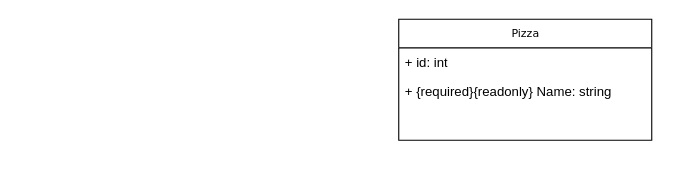
ekral/Utb.PizzaKiosk keeps this draw.io diagram as Diagrams/class_diagram_pizza_kiosk.drawio. Above is the earlier version. Source tidied: cells renumbered, new cells numbered last; positions are measured from the earlier drawing's top-left corner, leaving out a move shared by most shapes. Both pictures are drawn from the tidied source at 110%, with x=0, y=0 at pixel (398, 19).
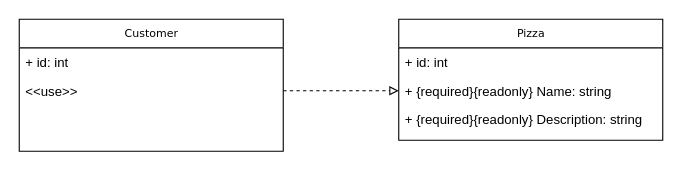
The same page after the edit.

Commit message:
Create usage relationship

Change to the diagram source:
```diff
@@
 <mxGraphModel>
   <root>
     <mxCell id="0" />
     <mxCell id="1" parent="0" />
     <mxCell id="2" value="Pizza" style="swimlane;html=1;fontStyle=0;horizontal=1;startSize=26;fillColor=none;swimlaneFillColor=#ffffff;rounded=0;shadow=0;comic=0;labelBackgroundColor=none;strokeWidth=1;fontFamily=Verdana;fontSize=10;align=center;" parent="1" vertex="1">
-      <mxGeometry width="230" height="110" as="geometry" />
+      <mxGeometry width="240" height="110" as="geometry" />
     </mxCell>
     <mxCell id="3" value="+ id: int" style="text;html=1;strokeColor=none;fillColor=none;align=left;verticalAlign=top;spacingLeft=4;spacingRight=4;whiteSpace=wrap;overflow=hidden;" parent="2" vertex="1">
-      <mxGeometry y="26" width="230" height="26" as="geometry" />
+      <mxGeometry y="26" width="240" height="26" as="geometry" />
     </mxCell>
     <mxCell id="4" value="+ {required}{readonly}&amp;nbsp;Name: string " style="text;html=1;strokeColor=none;fillColor=none;align=left;verticalAlign=top;spacingLeft=4;spacingRight=4;whiteSpace=wrap;overflow=hidden;points=[[0,0.5],[1,0.5]];portConstraint=eastwest;" parent="2" vertex="1">
-      <mxGeometry y="52" width="230" height="26" as="geometry" />
+      <mxGeometry y="52" width="240" height="26" as="geometry" />
     </mxCell>
+    <mxCell id="5" value="+ {required}{readonly} Description: string " style="text;html=1;strokeColor=none;fillColor=none;align=left;verticalAlign=top;spacingLeft=4;spacingRight=4;whiteSpace=wrap;overflow=hidden;" parent="2" vertex="1">
+      <mxGeometry y="78" width="240" height="26" as="geometry" />
+    </mxCell>
+    <mxCell id="6" value="Customer" style="swimlane;html=1;fontStyle=0;horizontal=1;startSize=26;fillColor=none;swimlaneFillColor=#ffffff;rounded=0;shadow=0;comic=0;labelBackgroundColor=none;strokeWidth=1;fontFamily=Verdana;fontSize=10;align=center;" parent="1" vertex="1">
+      <mxGeometry x="-345" width="240" height="120" as="geometry" />
+    </mxCell>
+    <mxCell id="7" value="+ id: int" style="text;html=1;strokeColor=none;fillColor=none;align=left;verticalAlign=top;spacingLeft=4;spacingRight=4;whiteSpace=wrap;overflow=hidden;" parent="6" vertex="1">
+      <mxGeometry y="26" width="240" height="26" as="geometry" />
+    </mxCell>
+    <mxCell id="8" value="&amp;lt;&amp;lt;use&amp;gt;&amp;gt;" style="text;html=1;strokeColor=none;fillColor=none;align=left;verticalAlign=top;spacingLeft=4;spacingRight=4;whiteSpace=wrap;overflow=hidden;points=[[0,0.5],[1,0.5]];portConstraint=eastwest;" parent="6" vertex="1">
+      <mxGeometry y="52" width="240" height="26" as="geometry" />
+    </mxCell>
+    <mxCell id="9" style="endArrow=block;dashed=1;html=1;rounded=0;entryX=0;entryY=0.5;entryDx=0;entryDy=0;endFill=0;exitX=1;exitY=0.5;exitDx=0;exitDy=0;" parent="1" edge="1" source="8" target="4">
+      <mxGeometry relative="1" as="geometry" />
+    </mxCell>
   </root>
 </mxGraphModel>
```
